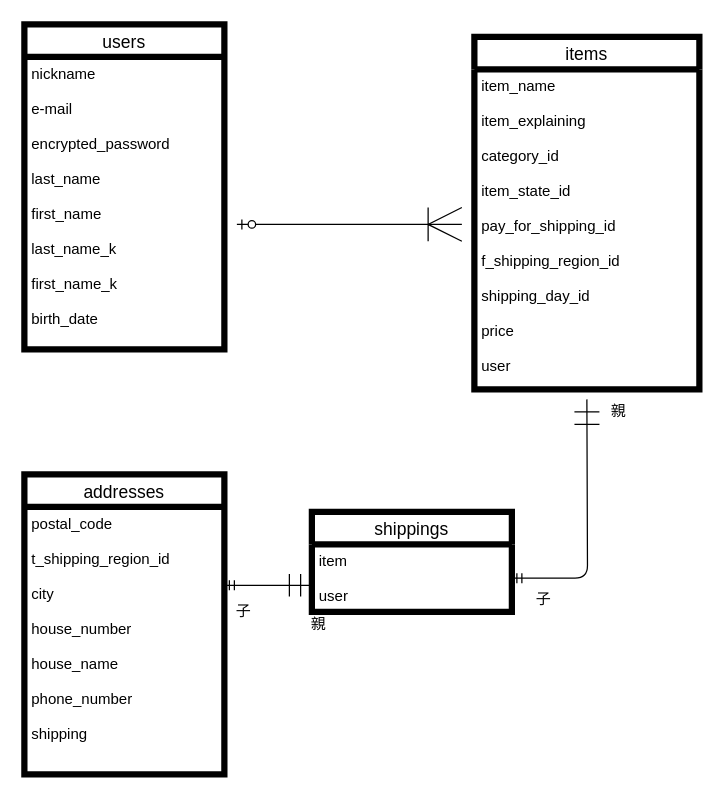
Before: ER.dio in HEROHEROPA/furima-37895, a draw.io diagram. Source tidied: cells renumbered, new cells numbered last; positions are measured from the earlier drawing's top-left corner, leaving out a move shared by most shapes. Both pictures are drawn from the tidied source at 125%, with x=0, y=0 at pixel (24, 24).
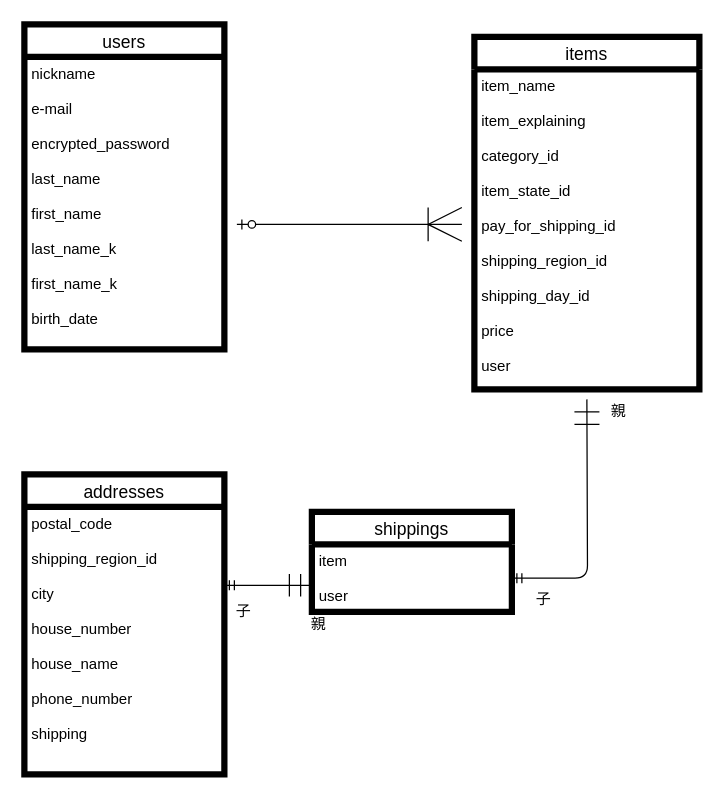
Above is the later version.

Commit message (it also covers changes not shown here):
ER図、README.md追加修正3(users,shippings,addresses)

Unchanged cells that the change refers to:
```xml
<mxCell id="5" value="items" style="swimlane;fontStyle=0;horizontal=1;startSize=26;align=center;fontSize=14;strokeWidth=5;fillColor=default;" parent="1" vertex="1">
  <mxGeometry x="360" y="10" width="180" height="282" as="geometry" />
</mxCell>
<mxCell id="13" value="addresses" style="swimlane;fontStyle=0;horizontal=1;startSize=26;align=center;fontSize=14;strokeWidth=5;" parent="1" vertex="1">
  <mxGeometry y="360" width="160" height="240" as="geometry" />
</mxCell>
```

Change to the diagram source:
```diff
@@
-    <mxCell id="6" value="item_name&#10;&#10;item_explaining&#10;&#10;category_id&#10;&#10;item_state_id&#10;&#10;pay_for_shipping_id&#10;&#10;f_shipping_region_id&#10;&#10;shipping_day_id&#10;&#10;price&#10;&#10;user &#10;" style="text;strokeColor=none;fillColor=none;spacingLeft=4;spacingRight=4;overflow=hidden;fontSize=12;" parent="5" vertex="1">
+    <mxCell id="6" value="item_name&#10;&#10;item_explaining&#10;&#10;category_id&#10;&#10;item_state_id&#10;&#10;pay_for_shipping_id&#10;&#10;shipping_region_id&#10;&#10;shipping_day_id&#10;&#10;price&#10;&#10;user &#10;" style="text;strokeColor=none;fillColor=none;spacingLeft=4;spacingRight=4;overflow=hidden;fontSize=12;" parent="5" vertex="1">
       <mxGeometry y="26" width="180" height="256" as="geometry" />
     </mxCell>
@@
-    <mxCell id="14" value="postal_code&#10;&#10;t_shipping_region_id&#10;&#10;city&#10;&#10;house_number &#10;&#10;house_name &#10;&#10;phone_number  &#10;&#10;shipping" style="text;strokeColor=none;fillColor=none;spacingLeft=4;spacingRight=4;overflow=hidden;fontSize=12;" parent="13" vertex="1">
+    <mxCell id="14" value="postal_code&#10;&#10;shipping_region_id&#10;&#10;city&#10;&#10;house_number &#10;&#10;house_name &#10;&#10;phone_number  &#10;&#10;shipping" style="text;strokeColor=none;fillColor=none;spacingLeft=4;spacingRight=4;overflow=hidden;fontSize=12;" parent="13" vertex="1">
       <mxGeometry y="26" width="160" height="214" as="geometry" />
     </mxCell>
```
